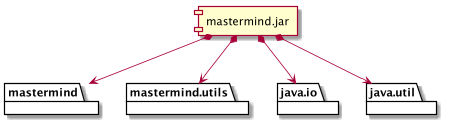
TheMercuryBeat/MasterMind keeps this PlantUML diagram as docs/images/MasterMindDevelopment.png. Above is the earlier version. The source it was exported from:
```plantuml
@startuml

package "  "  as mastermind {
}
package "  "  as mastermind.utils {
}
package "  "  as java.io {
}
package "  "  as java.util {
}

[mastermind.jar]
mastermind.jar *--> mastermind
mastermind.jar *--> mastermind.utils
mastermind.jar *--> java.io
mastermind.jar *--> java.util

@enduml
```
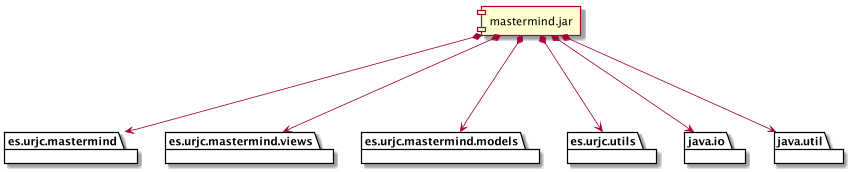
After the change.

Commit message:
Add views and models diagrams Update docs

Change to the diagram source:
```diff
@@ -1,8 +1,12 @@
 @startuml
 
-package "  "  as mastermind {
+package "  "  as es.urjc.mastermind {
 }
-package "  "  as mastermind.utils {
+package "  "  as es.urjc.mastermind.views {
+}
+package "  "  as es.urjc.mastermind.models {
+}
+package "  "  as es.urjc.utils {
 }
 package "  "  as java.io {
 }
@@ -10,9 +14,11 @@
 }
 
 [mastermind.jar]
-mastermind.jar *--> mastermind
-mastermind.jar *--> mastermind.utils
-mastermind.jar *--> java.io
-mastermind.jar *--> java.util
+mastermind.jar *---> es.urjc.mastermind
+mastermind.jar *---> es.urjc.mastermind.models
+mastermind.jar *---> es.urjc.mastermind.views
+mastermind.jar *---> es.urjc.utils
+mastermind.jar *---> java.io
+mastermind.jar *---> java.util
 
 @enduml
```
